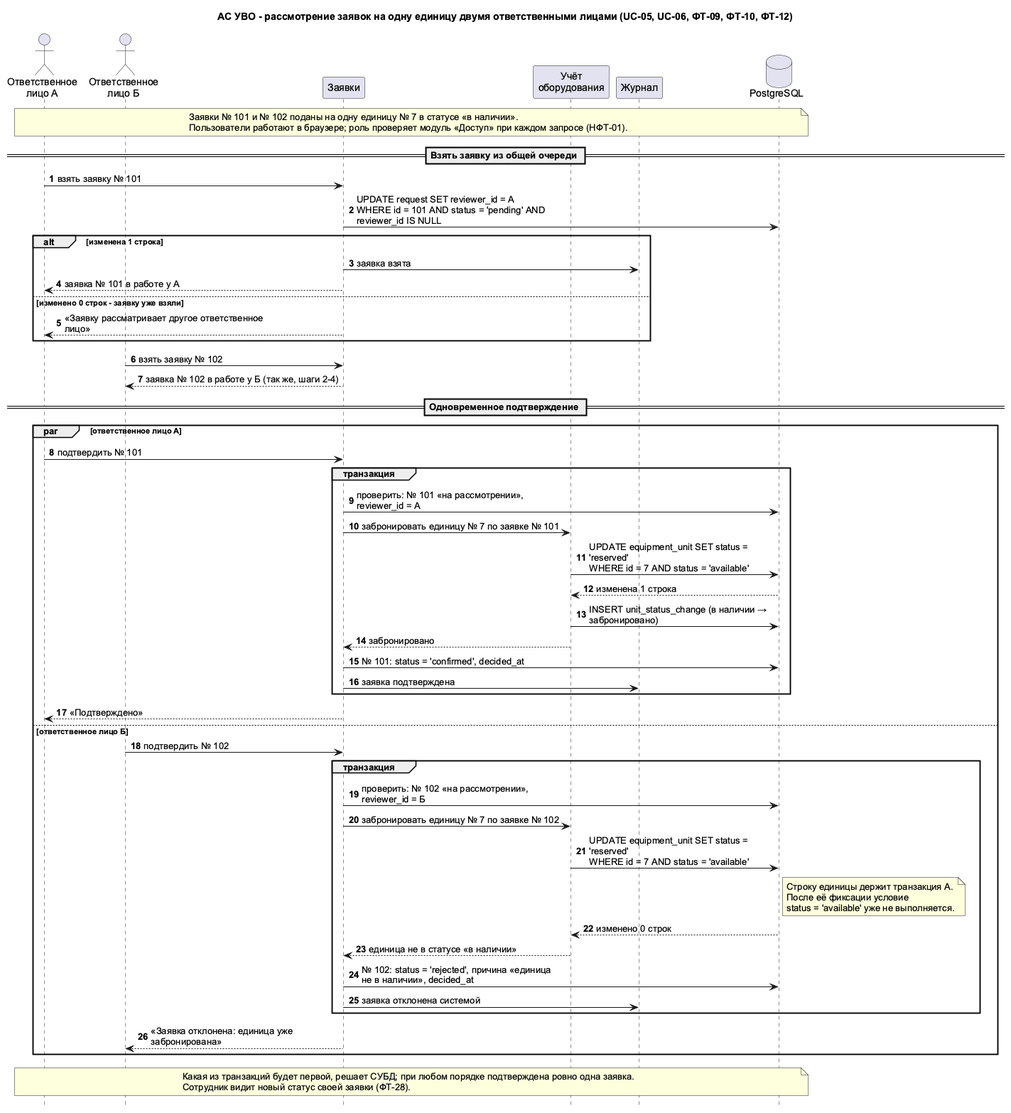
This is Lab2/docs/diagrams/images/sequence-request-review.png from Rezak159/project-management, a PlantUML export, as it was before one commit.
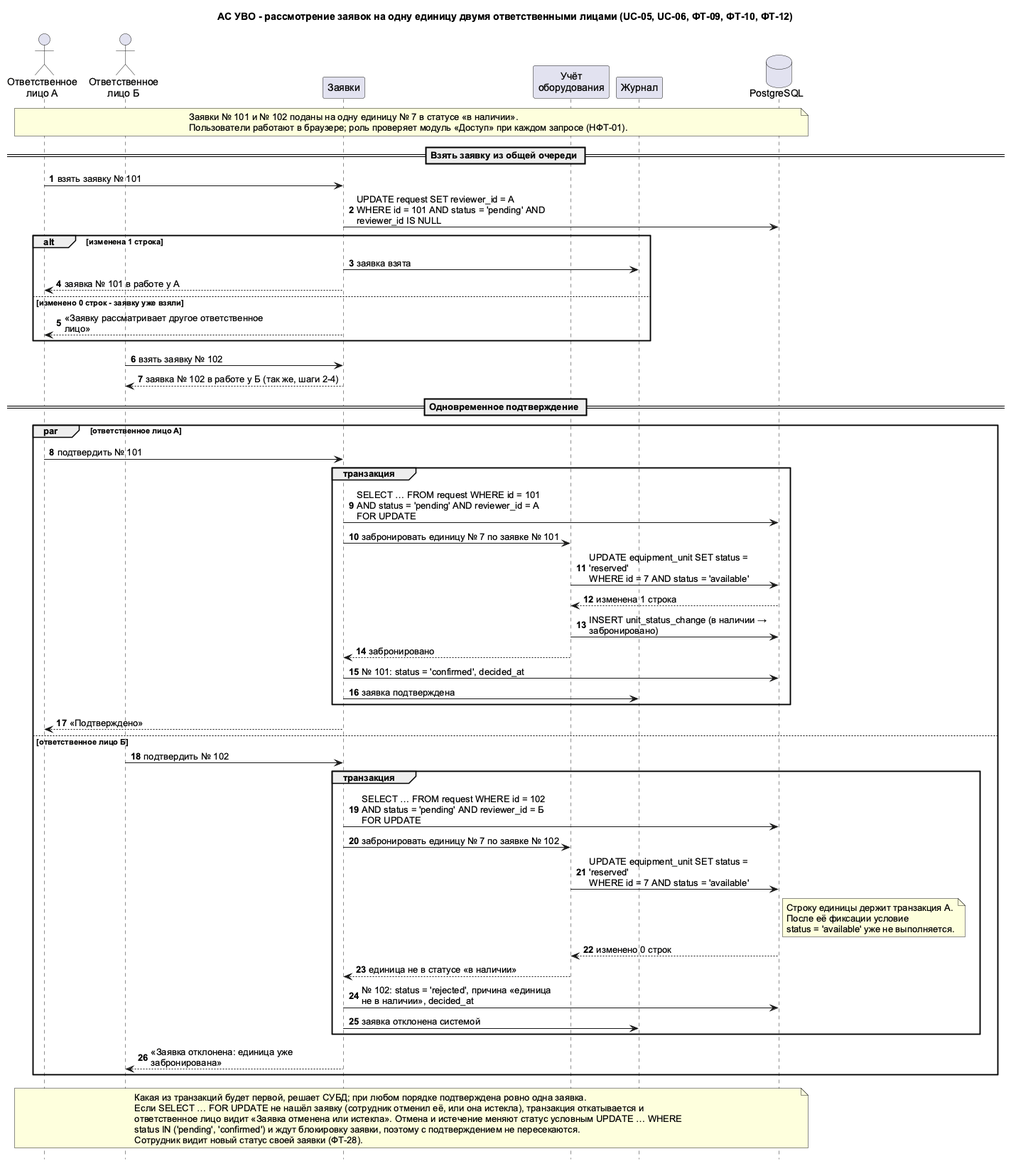
After the change.

Change to the diagram source:
```diff
@@ -36,7 +36,7 @@
 par ответственное лицо А
   RA -> REQ : подтвердить № 101
   group транзакция
-    REQ -> DB : проверить: № 101 «на рассмотрении», reviewer_id = А
+    REQ -> DB : SELECT … FROM request WHERE id = 101\nAND status = 'pending' AND reviewer_id = А FOR UPDATE
     REQ -> EQ : забронировать единицу № 7 по заявке № 101
     EQ -> DB : UPDATE equipment_unit SET status = 'reserved'\nWHERE id = 7 AND status = 'available'
     DB --> EQ : изменена 1 строка
@@ -49,7 +49,7 @@
 else ответственное лицо Б
   RB -> REQ : подтвердить № 102
   group транзакция
-    REQ -> DB : проверить: № 102 «на рассмотрении», reviewer_id = Б
+    REQ -> DB : SELECT … FROM request WHERE id = 102\nAND status = 'pending' AND reviewer_id = Б FOR UPDATE
     REQ -> EQ : забронировать единицу № 7 по заявке № 102
     EQ -> DB : UPDATE equipment_unit SET status = 'reserved'\nWHERE id = 7 AND status = 'available'
     note right of DB
@@ -67,6 +67,9 @@
 
 note over RA, DB
 Какая из транзакций будет первой, решает СУБД; при любом порядке подтверждена ровно одна заявка.
+Если SELECT … FOR UPDATE не нашёл заявку (сотрудник отменил её, или она истекла), транзакция откатывается и
+ответственное лицо видит «Заявка отменена или истекла». Отмена и истечение меняют статус условным UPDATE … WHERE
+status IN ('pending', 'confirmed') и ждут блокировку заявки, поэтому с подтверждением не пересекаются.
 Сотрудник видит новый статус своей заявки (ФТ-28).
 end note
 @enduml
```
